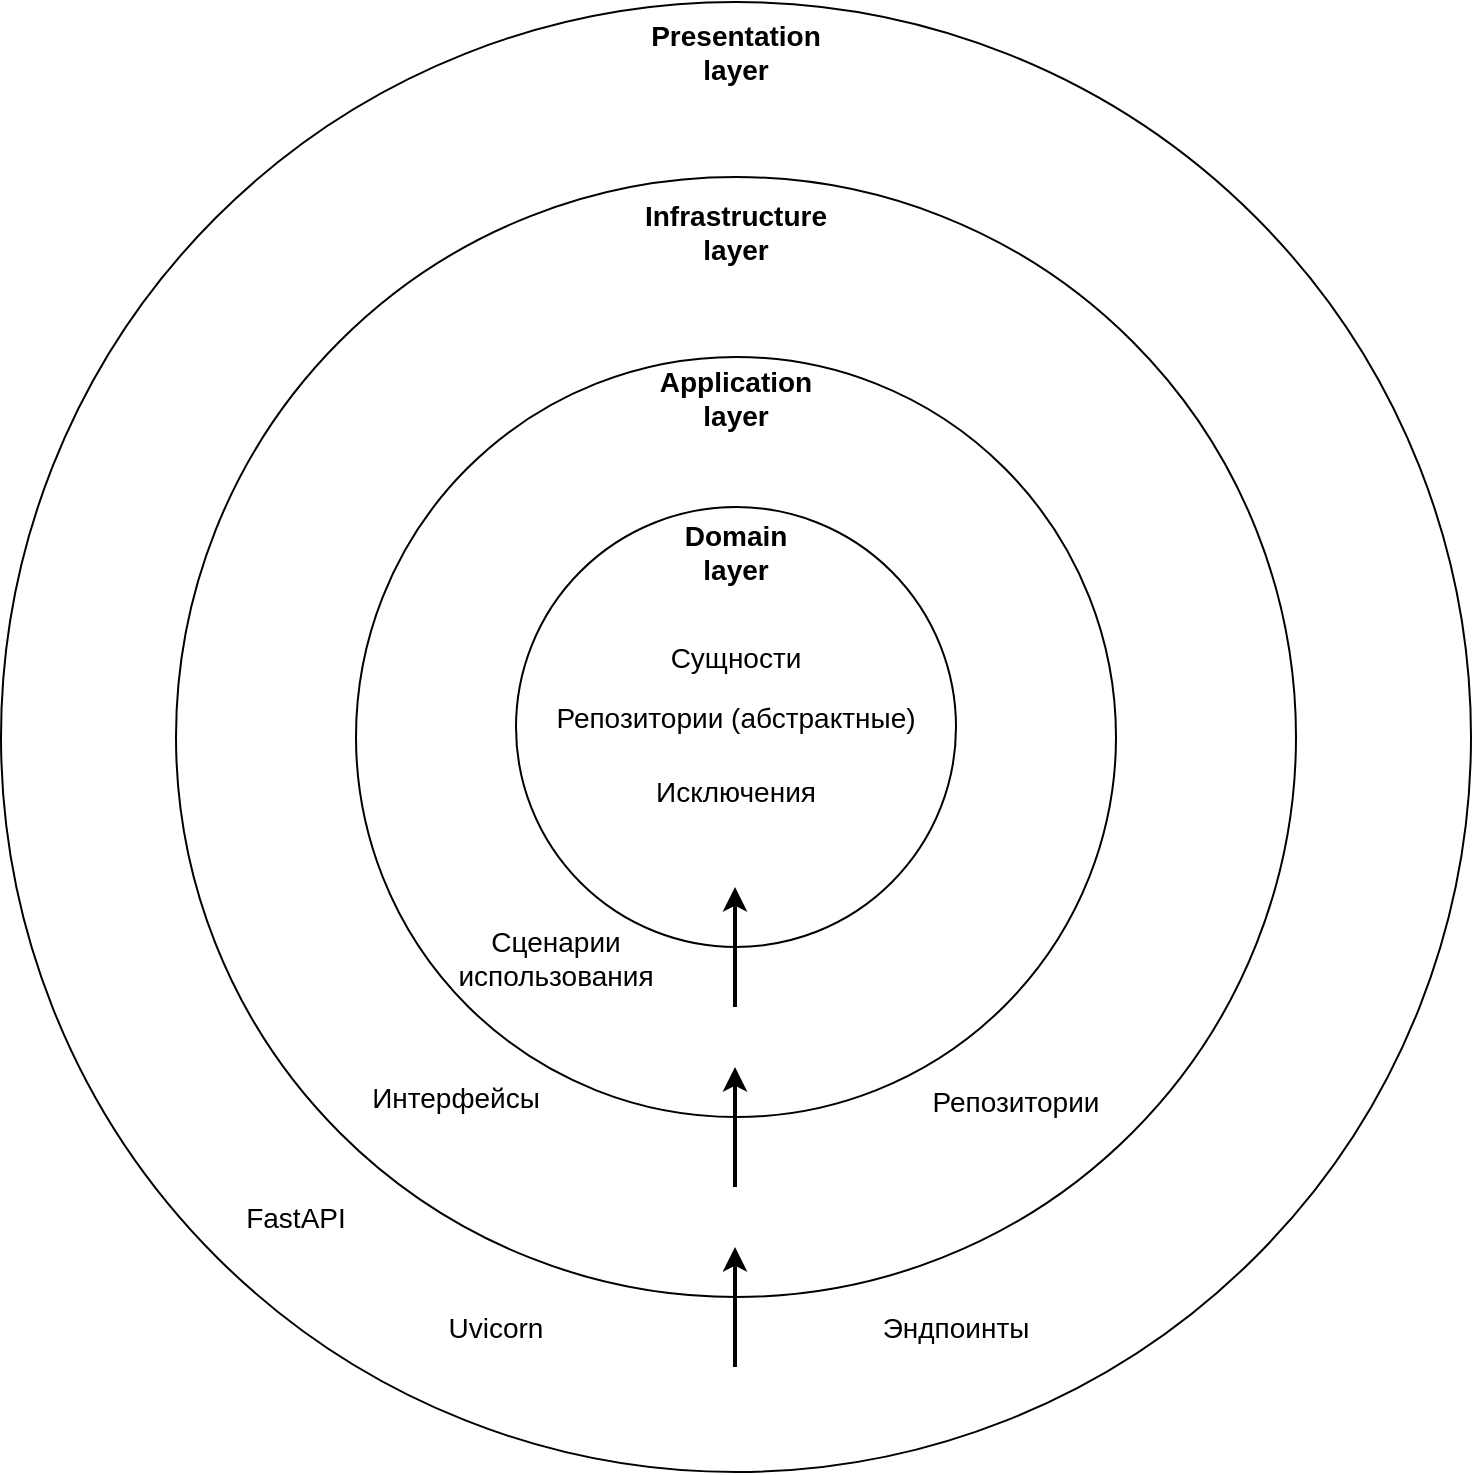
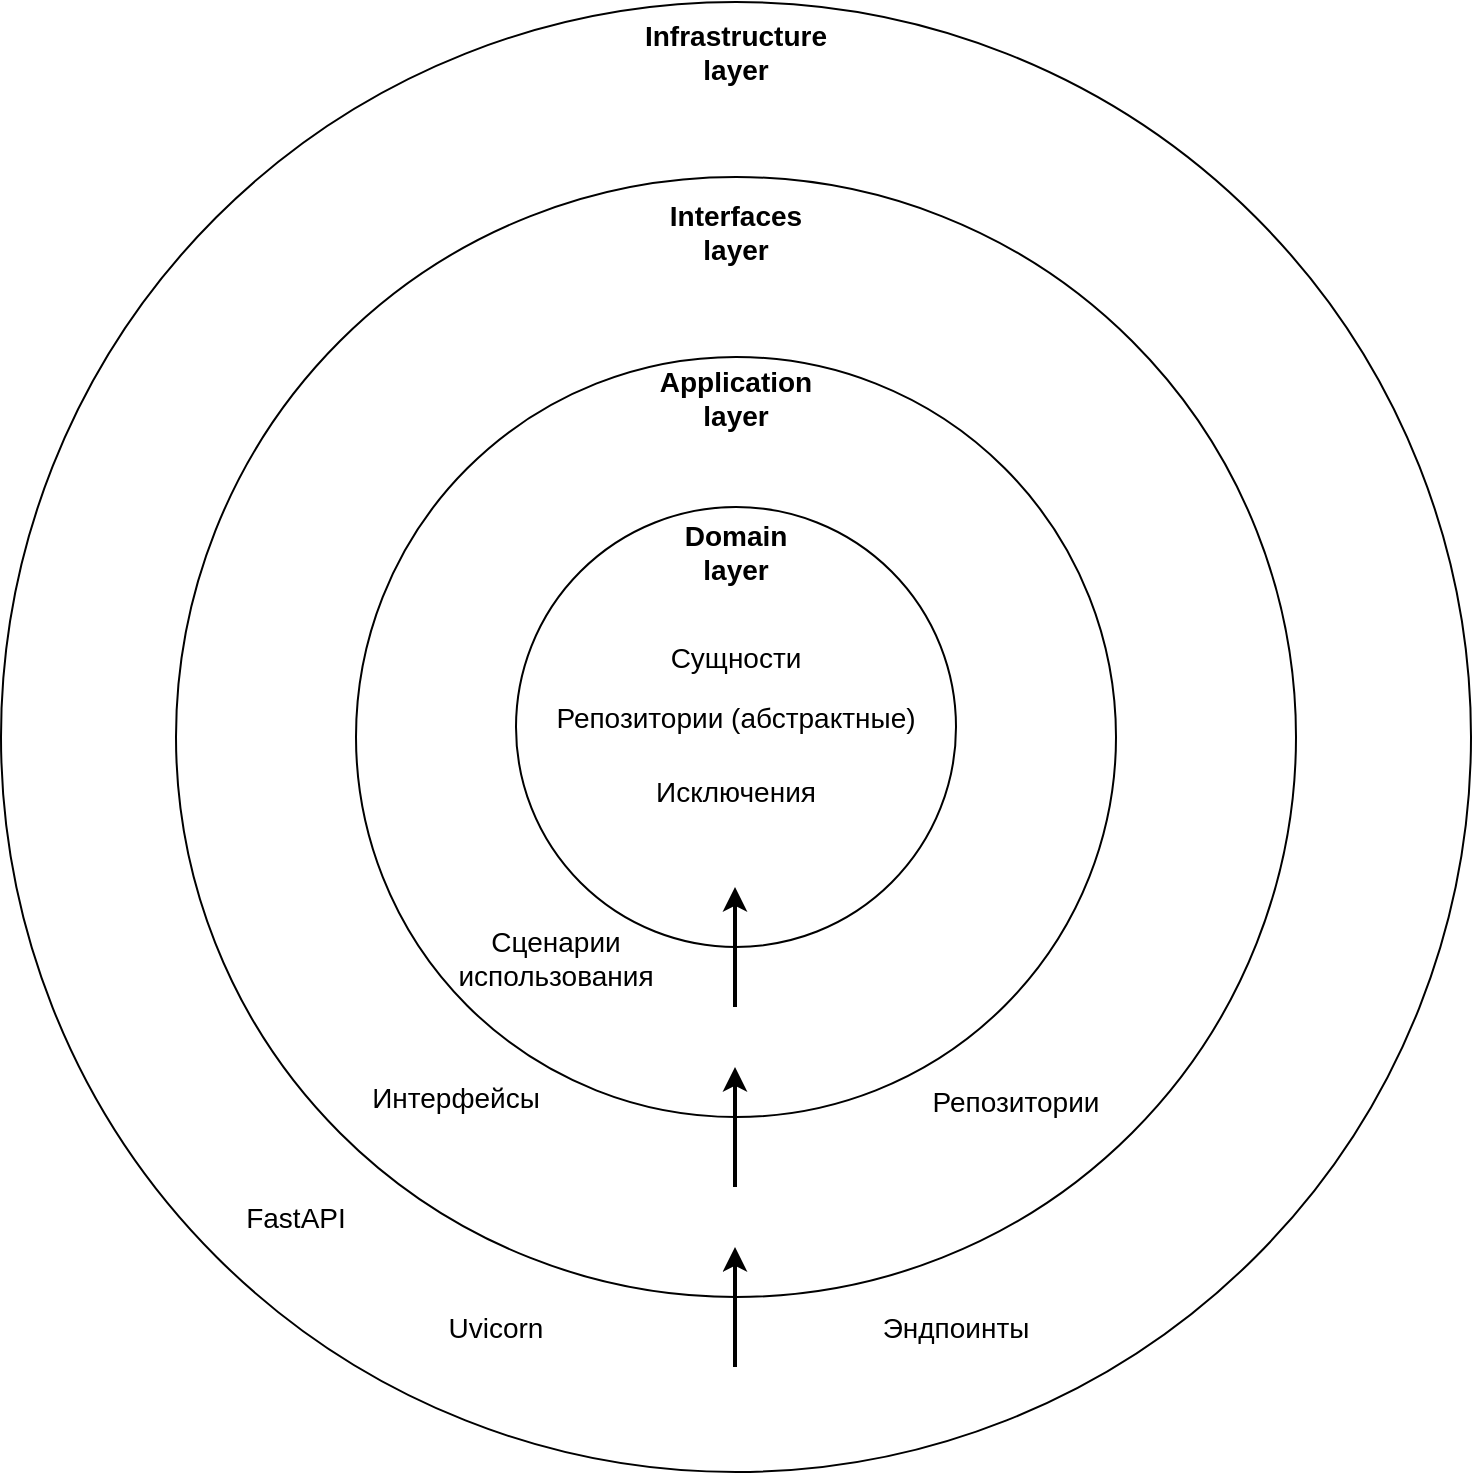
<mxfile host="app.diagrams.net">
  <diagram name="Страница-1" id="J6xAGLAsaCvnRGr5MGFc">
    <mxGraphModel dx="1486" dy="1040" grid="1" gridSize="10" guides="1" tooltips="1" connect="1" arrows="1" fold="1" page="1" pageScale="1" pageWidth="827" pageHeight="1169" math="0" shadow="0">
      <root>
        <mxCell id="0" />
        <mxCell id="1" parent="0" />
        <mxCell id="9VOtX14QaeEyLwYh4B_7-1" parent="1" style="ellipse;whiteSpace=wrap;html=1;aspect=fixed;fillColor=none;" value="" vertex="1">
          <mxGeometry height="735" width="735" x="32.5" y="20" as="geometry" />
        </mxCell>
        <mxCell id="9VOtX14QaeEyLwYh4B_7-2" parent="1" style="ellipse;whiteSpace=wrap;html=1;aspect=fixed;fillColor=none;" value="" vertex="1">
          <mxGeometry height="560" width="560" x="120" y="107.5" as="geometry" />
        </mxCell>
        <mxCell id="9VOtX14QaeEyLwYh4B_7-3" parent="1" style="ellipse;whiteSpace=wrap;html=1;aspect=fixed;fillColor=none;" value="" vertex="1">
          <mxGeometry height="380" width="380" x="210" y="197.5" as="geometry" />
        </mxCell>
        <mxCell id="9VOtX14QaeEyLwYh4B_7-4" parent="1" style="ellipse;whiteSpace=wrap;html=1;aspect=fixed;fillColor=none;" value="" vertex="1">
          <mxGeometry height="220" width="220" x="290" y="272.5" as="geometry" />
        </mxCell>
        <mxCell id="9VOtX14QaeEyLwYh4B_7-6" parent="1" style="text;html=1;whiteSpace=wrap;strokeColor=none;fillColor=none;align=center;verticalAlign=middle;rounded=0;" value="&lt;font style=&quot;font-size: 14px;&quot;&gt;&lt;b&gt;Domain layer&lt;/b&gt;&lt;/font&gt;" vertex="1">
          <mxGeometry height="30" width="60" x="370" y="280" as="geometry" />
        </mxCell>
        <mxCell id="9VOtX14QaeEyLwYh4B_7-8" parent="1" style="text;html=1;whiteSpace=wrap;strokeColor=none;fillColor=none;align=center;verticalAlign=middle;rounded=0;" value="&lt;font style=&quot;font-size: 14px;&quot;&gt;Сущности&lt;/font&gt;" vertex="1">
          <mxGeometry height="30" width="60" x="370" y="332.5" as="geometry" />
        </mxCell>
        <mxCell id="9VOtX14QaeEyLwYh4B_7-9" parent="1" style="text;html=1;whiteSpace=wrap;strokeColor=none;fillColor=none;align=center;verticalAlign=middle;rounded=0;" value="&lt;font style=&quot;font-size: 14px;&quot;&gt;Репозитории&lt;/font&gt;" vertex="1">
          <mxGeometry height="30" width="60" x="510" y="555" as="geometry" />
        </mxCell>
        <mxCell id="9VOtX14QaeEyLwYh4B_7-10" parent="1" style="text;html=1;whiteSpace=wrap;strokeColor=none;fillColor=none;align=center;verticalAlign=middle;rounded=0;" value="&lt;font style=&quot;font-size: 14px;&quot;&gt;Исключения&lt;/font&gt;" vertex="1">
          <mxGeometry height="30" width="60" x="370" y="400" as="geometry" />
        </mxCell>
        <mxCell id="9VOtX14QaeEyLwYh4B_7-12" parent="1" style="text;html=1;whiteSpace=wrap;strokeColor=none;fillColor=none;align=center;verticalAlign=middle;rounded=0;" value="&lt;font style=&quot;font-size: 14px;&quot;&gt;&lt;b&gt;Application layer&lt;/b&gt;&lt;/font&gt;" vertex="1">
          <mxGeometry height="30" width="60" x="370" y="202.5" as="geometry" />
        </mxCell>
-         <mxCell id="9VOtX14QaeEyLwYh4B_7-14" parent="1" style="text;html=1;whiteSpace=wrap;strokeColor=none;fillColor=none;align=center;verticalAlign=middle;rounded=0;" value="&lt;font style=&quot;font-size: 14px;&quot;&gt;&lt;b&gt;Infrastructure layer&lt;/b&gt;&lt;/font&gt;" vertex="1">
+         <mxCell id="9VOtX14QaeEyLwYh4B_7-14" parent="1" style="text;html=1;whiteSpace=wrap;strokeColor=none;fillColor=none;align=center;verticalAlign=middle;rounded=0;" value="&lt;font style=&quot;font-size: 14px;&quot;&gt;&lt;b&gt;Interfaces layer&lt;/b&gt;&lt;/font&gt;" vertex="1">
          <mxGeometry height="30" width="60" x="370" y="120" as="geometry" />
        </mxCell>
-         <mxCell id="9VOtX14QaeEyLwYh4B_7-15" parent="1" style="text;html=1;whiteSpace=wrap;strokeColor=none;fillColor=none;align=center;verticalAlign=middle;rounded=0;" value="&lt;b&gt;&lt;font style=&quot;font-size: 14px;&quot;&gt;Presentation layer&lt;/font&gt;&lt;/b&gt;" vertex="1">
+         <mxCell id="9VOtX14QaeEyLwYh4B_7-15" parent="1" style="text;html=1;whiteSpace=wrap;strokeColor=none;fillColor=none;align=center;verticalAlign=middle;rounded=0;" value="&lt;b&gt;&lt;font style=&quot;font-size: 14px;&quot;&gt;Infrastructure layer&lt;/font&gt;&lt;/b&gt;" vertex="1">
          <mxGeometry height="30" width="60" x="370" y="30" as="geometry" />
        </mxCell>
        <mxCell id="9VOtX14QaeEyLwYh4B_7-18" edge="1" parent="1" style="endArrow=classic;html=1;rounded=0;strokeWidth=2;" value="">
          <mxGeometry height="50" relative="1" width="50" as="geometry">
            <mxPoint x="399.5" y="522.5" as="sourcePoint" />
            <mxPoint x="399.5" y="462.5" as="targetPoint" />
          </mxGeometry>
        </mxCell>
        <mxCell id="9VOtX14QaeEyLwYh4B_7-20" edge="1" parent="1" style="endArrow=classic;html=1;rounded=0;strokeWidth=2;" value="">
          <mxGeometry height="50" relative="1" width="50" as="geometry">
            <mxPoint x="399.5" y="612.5" as="sourcePoint" />
            <mxPoint x="399.5" y="552.5" as="targetPoint" />
          </mxGeometry>
        </mxCell>
        <mxCell id="9VOtX14QaeEyLwYh4B_7-21" edge="1" parent="1" style="endArrow=classic;html=1;rounded=0;strokeWidth=2;" value="">
          <mxGeometry height="50" relative="1" width="50" as="geometry">
            <mxPoint x="399.5" y="702.5" as="sourcePoint" />
            <mxPoint x="399.5" y="642.5" as="targetPoint" />
          </mxGeometry>
        </mxCell>
        <mxCell id="9VOtX14QaeEyLwYh4B_7-22" parent="1" style="text;html=1;whiteSpace=wrap;strokeColor=none;fillColor=none;align=center;verticalAlign=middle;rounded=0;" value="&lt;font style=&quot;font-size: 14px;&quot;&gt;Сценарии использования&lt;/font&gt;" vertex="1">
          <mxGeometry height="30" width="60" x="280" y="482.5" as="geometry" />
        </mxCell>
        <mxCell id="9VOtX14QaeEyLwYh4B_7-23" parent="1" style="text;html=1;whiteSpace=wrap;strokeColor=none;fillColor=none;align=center;verticalAlign=middle;rounded=0;" value="&lt;span style=&quot;font-size: 14px;&quot;&gt;FastAPI&lt;/span&gt;" vertex="1">
          <mxGeometry height="30" width="60" x="150" y="612.5" as="geometry" />
        </mxCell>
        <mxCell id="9VOtX14QaeEyLwYh4B_7-24" parent="1" style="text;html=1;whiteSpace=wrap;strokeColor=none;fillColor=none;align=center;verticalAlign=middle;rounded=0;" value="&lt;span style=&quot;font-size: 14px;&quot;&gt;Uvicorn&lt;/span&gt;" vertex="1">
          <mxGeometry height="30" width="60" x="250" y="667.5" as="geometry" />
        </mxCell>
        <mxCell id="9VOtX14QaeEyLwYh4B_7-25" parent="1" style="text;html=1;whiteSpace=wrap;strokeColor=none;fillColor=none;align=center;verticalAlign=middle;rounded=0;" value="&lt;font style=&quot;font-size: 14px;&quot;&gt;Эндпоинты&lt;/font&gt;" vertex="1">
          <mxGeometry height="30" width="60" x="480" y="667.5" as="geometry" />
        </mxCell>
        <mxCell id="9VOtX14QaeEyLwYh4B_7-27" parent="1" style="text;html=1;whiteSpace=wrap;strokeColor=none;fillColor=none;align=center;verticalAlign=middle;rounded=0;" value="&lt;span style=&quot;font-size: 14px;&quot;&gt;Интерфейсы&lt;/span&gt;" vertex="1">
          <mxGeometry height="30" width="60" x="230" y="552.5" as="geometry" />
        </mxCell>
        <mxCell id="9VOtX14QaeEyLwYh4B_7-29" parent="1" style="text;html=1;whiteSpace=wrap;strokeColor=none;fillColor=none;align=center;verticalAlign=middle;rounded=0;" value="&lt;font style=&quot;font-size: 14px;&quot;&gt;Репозитории (абстрактные)&lt;/font&gt;" vertex="1">
          <mxGeometry height="30" width="210" x="295" y="362.5" as="geometry" />
        </mxCell>
      </root>
    </mxGraphModel>
  </diagram>
</mxfile>
